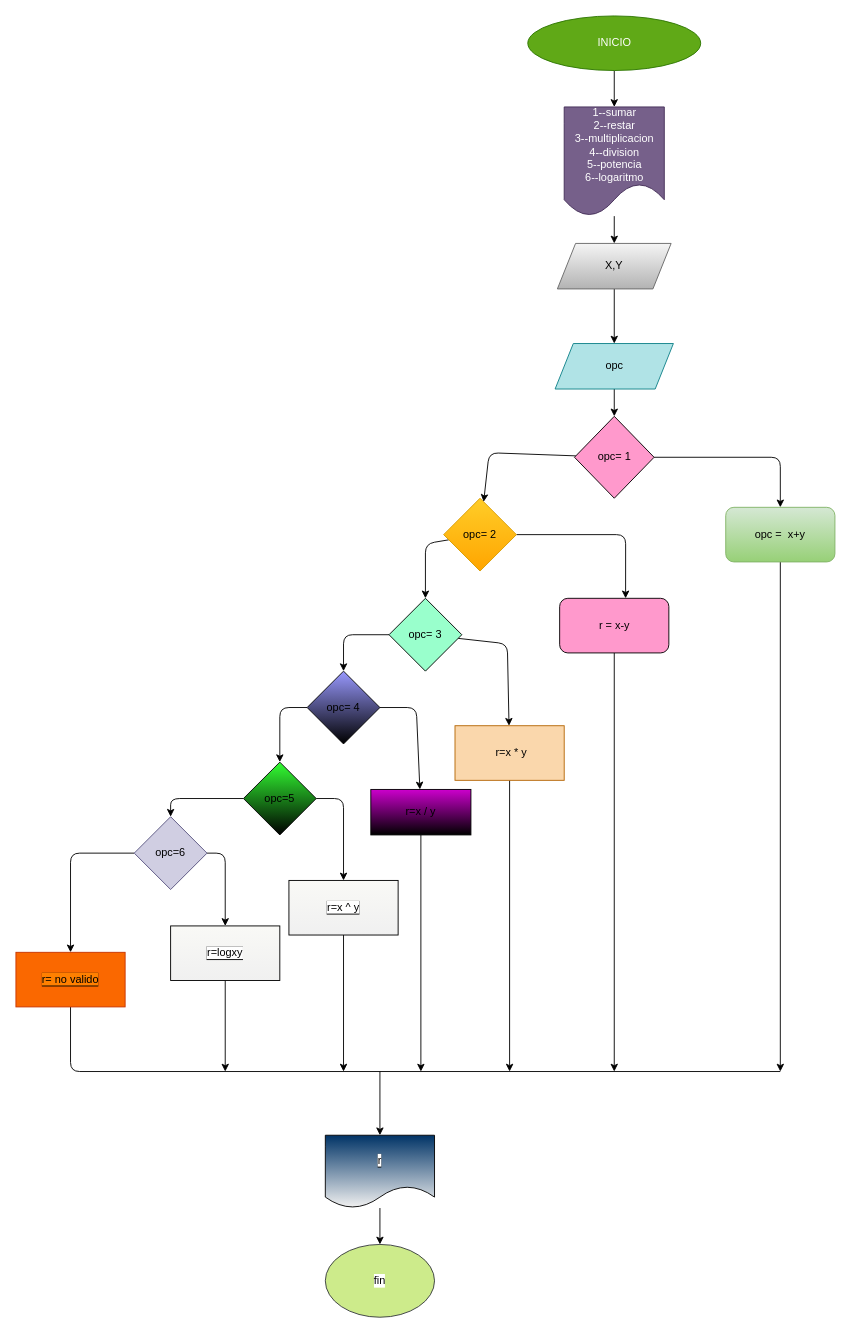
The draw.io diagram diageama.drawio in Eyersson/Minicalculadora-Guanentina, before the edit. Source tidied: cells renumbered, new cells numbered last; positions are measured from the earlier drawing's top-left corner, leaving out a move shared by most shapes. Both pictures are drawn from the tidied source at 91%, with x=0, y=0 at pixel (15, 15).
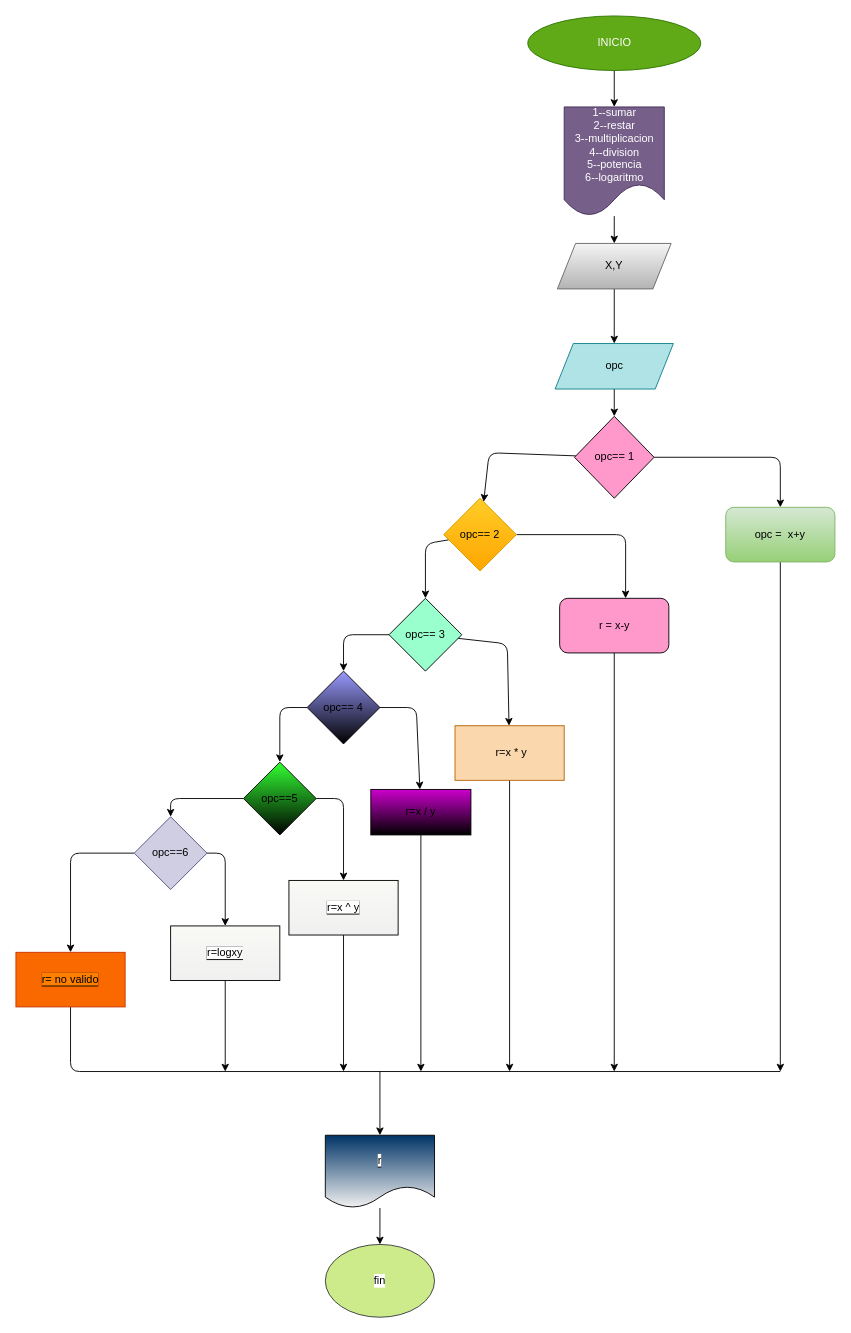
Above is the later version.

What changed in the source:
```diff
@@
-    <mxCell id="12" value="opc= 1" style="rhombus;whiteSpace=wrap;html=1;fontColor=#000000;fillColor=#FF99CC;" parent="1" vertex="1">
+    <mxCell id="12" value="opc== 1" style="rhombus;whiteSpace=wrap;html=1;fontColor=#000000;fillColor=#FF99CC;" parent="1" vertex="1">
       <mxGeometry x="613.8" y="440" width="87.5" height="90" as="geometry" />
     </mxCell>
@@
-    <mxCell id="17" value="&lt;font color=&quot;#000000&quot;&gt;opc= 2&lt;/font&gt;" style="rhombus;whiteSpace=wrap;html=1;fillColor=#ffcd28;gradientColor=#ffa500;strokeColor=#d79b00;" parent="1" vertex="1">
+    <mxCell id="17" value="&lt;font color=&quot;#000000&quot;&gt;opc== 2&lt;/font&gt;" style="rhombus;whiteSpace=wrap;html=1;fillColor=#ffcd28;gradientColor=#ffa500;strokeColor=#d79b00;" parent="1" vertex="1">
       <mxGeometry x="470" y="530" width="80" height="80" as="geometry" />
     </mxCell>
@@
-    <mxCell id="22" value="&lt;font color=&quot;#000000&quot;&gt;opc= 3&lt;/font&gt;" style="rhombus;whiteSpace=wrap;html=1;fillColor=#99FFCC;" parent="1" vertex="1">
+    <mxCell id="22" value="&lt;font color=&quot;#000000&quot;&gt;opc== 3&lt;/font&gt;" style="rhombus;whiteSpace=wrap;html=1;fillColor=#99FFCC;" parent="1" vertex="1">
       <mxGeometry x="410" y="640" width="80" height="80" as="geometry" />
     </mxCell>
@@
-    <mxCell id="27" value="opc= 4" style="rhombus;whiteSpace=wrap;html=1;fontColor=#000000;gradientColor=default;fillColor=#9999FF;" parent="1" vertex="1">
+    <mxCell id="27" value="opc== 4" style="rhombus;whiteSpace=wrap;html=1;fontColor=#000000;gradientColor=default;fillColor=#9999FF;" parent="1" vertex="1">
       <mxGeometry x="320" y="720" width="80" height="80" as="geometry" />
     </mxCell>
@@
-    <mxCell id="32" value="opc=5" style="rhombus;whiteSpace=wrap;html=1;fontColor=#000000;fillColor=#33FF33;gradientColor=default;" parent="1" vertex="1">
+    <mxCell id="32" value="opc==5" style="rhombus;whiteSpace=wrap;html=1;fontColor=#000000;fillColor=#33FF33;gradientColor=default;" parent="1" vertex="1">
       <mxGeometry x="250" y="820" width="80" height="80" as="geometry" />
     </mxCell>
@@
-    <mxCell id="35" value="&lt;font color=&quot;#000000&quot;&gt;opc=6&lt;/font&gt;" style="rhombus;whiteSpace=wrap;html=1;fillColor=#d0cee2;strokeColor=#56517e;" parent="1" vertex="1">
+    <mxCell id="35" value="&lt;font color=&quot;#000000&quot;&gt;opc==6&lt;/font&gt;" style="rhombus;whiteSpace=wrap;html=1;fillColor=#d0cee2;strokeColor=#56517e;" parent="1" vertex="1">
       <mxGeometry x="130" y="880" width="80" height="80" as="geometry" />
     </mxCell>
```
